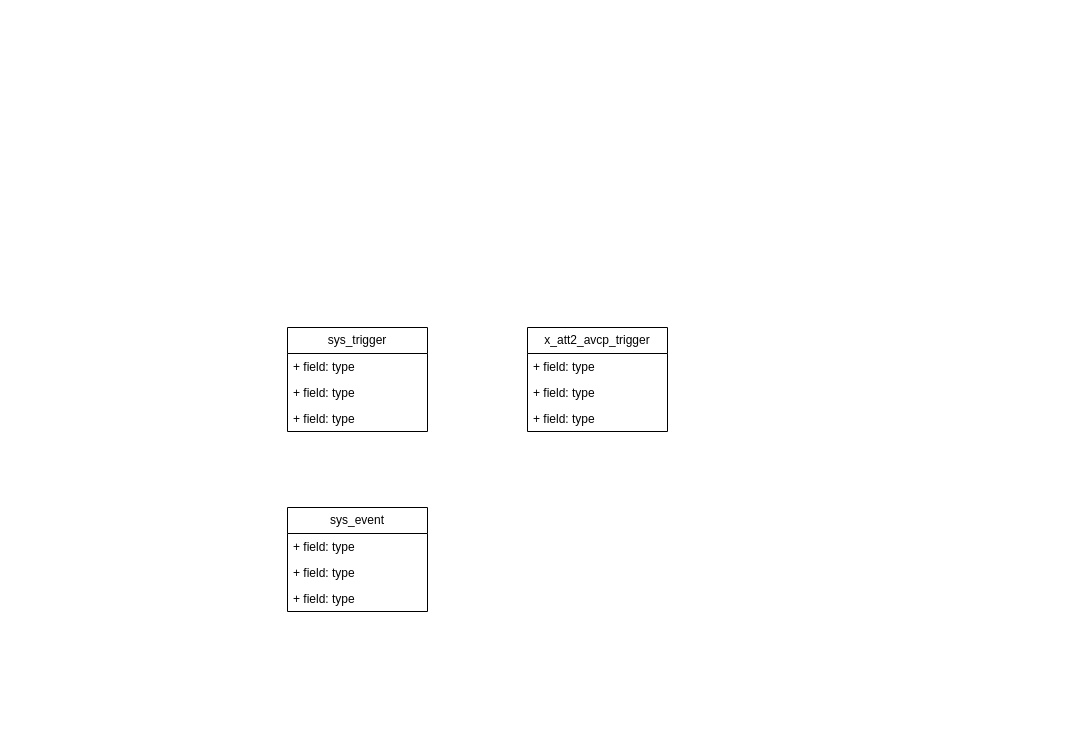
Before: wait for.drawio in ceskie/CCW1856, a draw.io diagram. Source tidied: cells renumbered, new cells numbered last; positions are measured from the earlier drawing's top-left corner, leaving out a move shared by most shapes. Both pictures are drawn from the tidied source at 100%, with x=0, y=0 at pixel (287, 327).
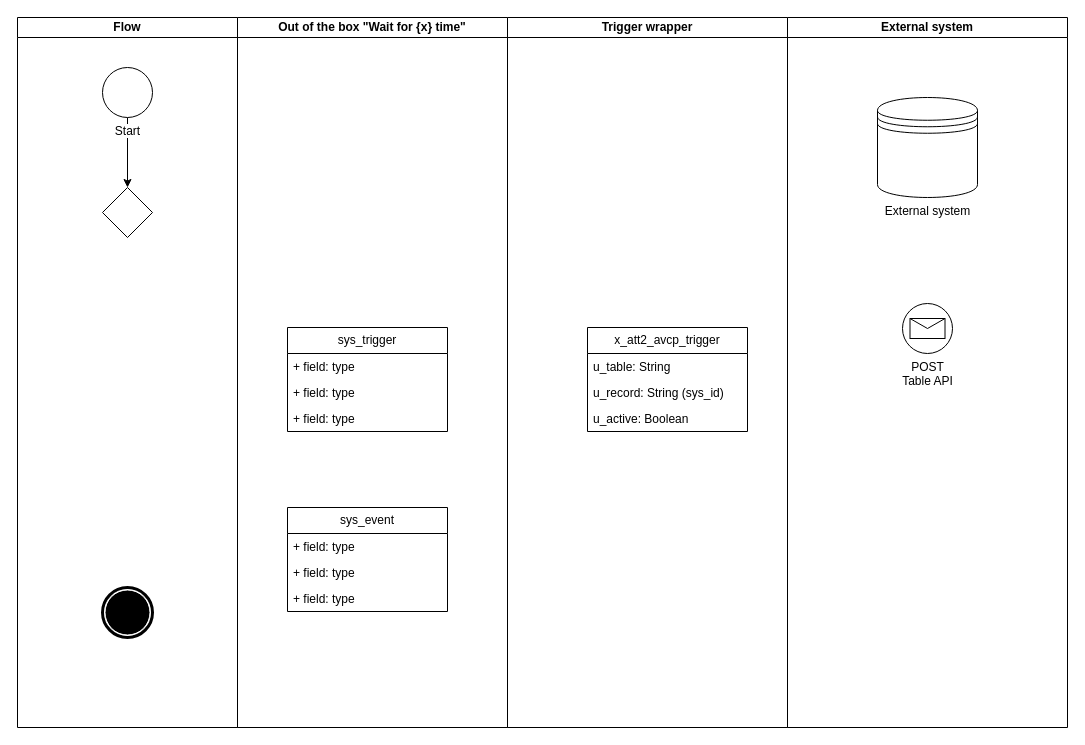
The same diagram, later.

What changed in the source:
```diff
@@
     <mxCell id="2" value="sys_trigger" style="swimlane;fontStyle=0;horizontal=1;startSize=26;fillColor=none;whiteSpace=wrap;html=1;" parent="1" vertex="1">
-      <mxGeometry width="140" height="104" as="geometry" />
+      <mxGeometry width="160" height="104" as="geometry" />
     </mxCell>
     <mxCell id="3" value="+ field: type" style="text;strokeColor=none;fillColor=none;align=left;verticalAlign=top;spacingLeft=4;spacingRight=4;overflow=hidden;whiteSpace=wrap;html=1;" parent="2" vertex="1">
-      <mxGeometry y="26" width="140" height="26" as="geometry" />
+      <mxGeometry y="26" width="160" height="26" as="geometry" />
     </mxCell>
     <mxCell id="4" value="+ field: type" style="text;strokeColor=none;fillColor=none;align=left;verticalAlign=top;spacingLeft=4;spacingRight=4;overflow=hidden;whiteSpace=wrap;html=1;" parent="2" vertex="1">
-      <mxGeometry y="52" width="140" height="26" as="geometry" />
+      <mxGeometry y="52" width="160" height="26" as="geometry" />
     </mxCell>
     <mxCell id="5" value="+ field: type" style="text;strokeColor=none;fillColor=none;align=left;verticalAlign=top;spacingLeft=4;spacingRight=4;overflow=hidden;whiteSpace=wrap;html=1;" parent="2" vertex="1">
-      <mxGeometry y="78" width="140" height="26" as="geometry" />
+      <mxGeometry y="78" width="160" height="26" as="geometry" />
     </mxCell>
     <mxCell id="6" value="sys_event" style="swimlane;fontStyle=0;horizontal=1;startSize=26;fillColor=none;whiteSpace=wrap;html=1;" parent="1" vertex="1">
-      <mxGeometry y="180" width="140" height="104" as="geometry" />
+      <mxGeometry y="180" width="160" height="104" as="geometry" />
     </mxCell>
     <mxCell id="7" value="+ field: type" style="text;strokeColor=none;fillColor=none;align=left;verticalAlign=top;spacingLeft=4;spacingRight=4;overflow=hidden;whiteSpace=wrap;html=1;" parent="6" vertex="1">
-      <mxGeometry y="26" width="140" height="26" as="geometry" />
+      <mxGeometry y="26" width="160" height="26" as="geometry" />
     </mxCell>
     <mxCell id="8" value="+ field: type" style="text;strokeColor=none;fillColor=none;align=left;verticalAlign=top;spacingLeft=4;spacingRight=4;overflow=hidden;whiteSpace=wrap;html=1;" parent="6" vertex="1">
-      <mxGeometry y="52" width="140" height="26" as="geometry" />
+      <mxGeometry y="52" width="160" height="26" as="geometry" />
     </mxCell>
     <mxCell id="9" value="+ field: type" style="text;strokeColor=none;fillColor=none;align=left;verticalAlign=top;spacingLeft=4;spacingRight=4;overflow=hidden;whiteSpace=wrap;html=1;" parent="6" vertex="1">
-      <mxGeometry y="78" width="140" height="26" as="geometry" />
+      <mxGeometry y="78" width="160" height="26" as="geometry" />
     </mxCell>
     <mxCell id="10" value="x_att2_avcp_trigger" style="swimlane;fontStyle=0;horizontal=1;startSize=26;fillColor=none;whiteSpace=wrap;html=1;" parent="1" vertex="1">
-      <mxGeometry x="240" width="140" height="104" as="geometry" />
+      <mxGeometry x="300" width="160" height="104" as="geometry" />
     </mxCell>
-    <mxCell id="11" value="+ field: type" style="text;strokeColor=none;fillColor=none;align=left;verticalAlign=top;spacingLeft=4;spacingRight=4;overflow=hidden;whiteSpace=wrap;html=1;" parent="10" vertex="1">
-      <mxGeometry y="26" width="140" height="26" as="geometry" />
+    <mxCell id="11" value="u_table: String" style="text;strokeColor=none;fillColor=none;align=left;verticalAlign=top;spacingLeft=4;spacingRight=4;overflow=hidden;whiteSpace=wrap;html=1;" parent="10" vertex="1">
+      <mxGeometry y="26" width="160" height="26" as="geometry" />
     </mxCell>
-    <mxCell id="12" value="+ field: type" style="text;strokeColor=none;fillColor=none;align=left;verticalAlign=top;spacingLeft=4;spacingRight=4;overflow=hidden;whiteSpace=wrap;html=1;" parent="10" vertex="1">
-      <mxGeometry y="52" width="140" height="26" as="geometry" />
+    <mxCell id="12" value="u_record: String (sys_id)" style="text;strokeColor=none;fillColor=none;align=left;verticalAlign=top;spacingLeft=4;spacingRight=4;overflow=hidden;whiteSpace=wrap;html=1;" parent="10" vertex="1">
+      <mxGeometry y="52" width="160" height="26" as="geometry" />
     </mxCell>
-    <mxCell id="13" value="+ field: type" style="text;strokeColor=none;fillColor=none;align=left;verticalAlign=top;spacingLeft=4;spacingRight=4;overflow=hidden;whiteSpace=wrap;html=1;" parent="10" vertex="1">
-      <mxGeometry y="78" width="140" height="26" as="geometry" />
+    <mxCell id="13" value="u_active: Boolean" style="text;strokeColor=none;fillColor=none;align=left;verticalAlign=top;spacingLeft=4;spacingRight=4;overflow=hidden;whiteSpace=wrap;html=1;" parent="10" vertex="1">
+      <mxGeometry y="78" width="160" height="26" as="geometry" />
     </mxCell>
+    <mxCell id="14" value="Flow" style="swimlane;startSize=20;whiteSpace=wrap;html=1;" parent="1" vertex="1">
+      <mxGeometry x="-270" y="-310" width="220" height="710" as="geometry" />
+    </mxCell>
+    <mxCell id="15" style="edgeStyle=orthogonalEdgeStyle;rounded=0;jettySize=auto;html=1;" parent="14" edge="1" source="16" target="18">
+      <mxGeometry relative="1" as="geometry" />
+    </mxCell>
+    <mxCell id="16" value="Start" style="points=[[0.145,0.145,0],[0.5,0,0],[0.855,0.145,0],[1,0.5,0],[0.855,0.855,0],[0.5,1,0],[0.145,0.855,0],[0,0.5,0]];shape=mxgraph.bpmn.event;html=1;verticalLabelPosition=bottom;labelBackgroundColor=#ffffff;verticalAlign=top;align=center;perimeter=ellipsePerimeter;outlineConnect=0;outline=standard;symbol=general;" parent="14" vertex="1">
+      <mxGeometry x="85" y="50" width="50" height="50" as="geometry" />
+    </mxCell>
+    <mxCell id="17" style="shape=mxgraph.bpmn.event;html=1;verticalLabelPosition=bottom;labelBackgroundColor=#ffffff;verticalAlign=top;align=center;perimeter=ellipsePerimeter;outline=end;symbol=terminate;" parent="14" vertex="1">
+      <mxGeometry x="85" y="570" width="50" height="50" as="geometry" />
+    </mxCell>
+    <mxCell id="18" style="points=[[0.25,0.25,0],[0.5,0,0],[0.75,0.25,0],[1,0.5,0],[0.75,0.75,0],[0.5,1,0],[0.25,0.75,0],[0,0.5,0]];shape=mxgraph.bpmn.gateway2;html=1;verticalLabelPosition=bottom;labelBackgroundColor=#ffffff;verticalAlign=top;align=center;perimeter=rhombusPerimeter;outlineConnect=0;outline=none;symbol=none;" parent="14" vertex="1">
+      <mxGeometry x="85" y="170" width="50" height="50" as="geometry" />
+    </mxCell>
+    <mxCell id="19" value="Out of the box &quot;Wait for {x} time&quot;" style="swimlane;startSize=20;whiteSpace=wrap;html=1;" parent="1" vertex="1">
+      <mxGeometry x="-50" y="-310" width="270" height="710" as="geometry" />
+    </mxCell>
+    <mxCell id="20" value="Trigger wrapper" style="swimlane;startSize=20;whiteSpace=wrap;html=1;" parent="1" vertex="1">
+      <mxGeometry x="220" y="-310" width="280" height="710" as="geometry" />
+    </mxCell>
+    <mxCell id="21" value="External system" style="swimlane;startSize=20;whiteSpace=wrap;html=1;" parent="1" vertex="1">
+      <mxGeometry x="500" y="-310" width="280" height="710" as="geometry" />
+    </mxCell>
+    <mxCell id="22" value="External system" style="shape=datastore;html=1;labelPosition=center;verticalLabelPosition=bottom;align=center;verticalAlign=top;" parent="21" vertex="1">
+      <mxGeometry x="90" y="80" width="100" height="100" as="geometry" />
+    </mxCell>
+    <mxCell id="23" value="POST&lt;br&gt;Table API" style="shape=mxgraph.bpmn.event;html=1;verticalLabelPosition=bottom;labelBackgroundColor=#ffffff;verticalAlign=top;align=center;perimeter=ellipsePerimeter;outline=standard;symbol=message;" parent="21" vertex="1">
+      <mxGeometry x="115" y="286" width="50" height="50" as="geometry" />
+    </mxCell>
```
